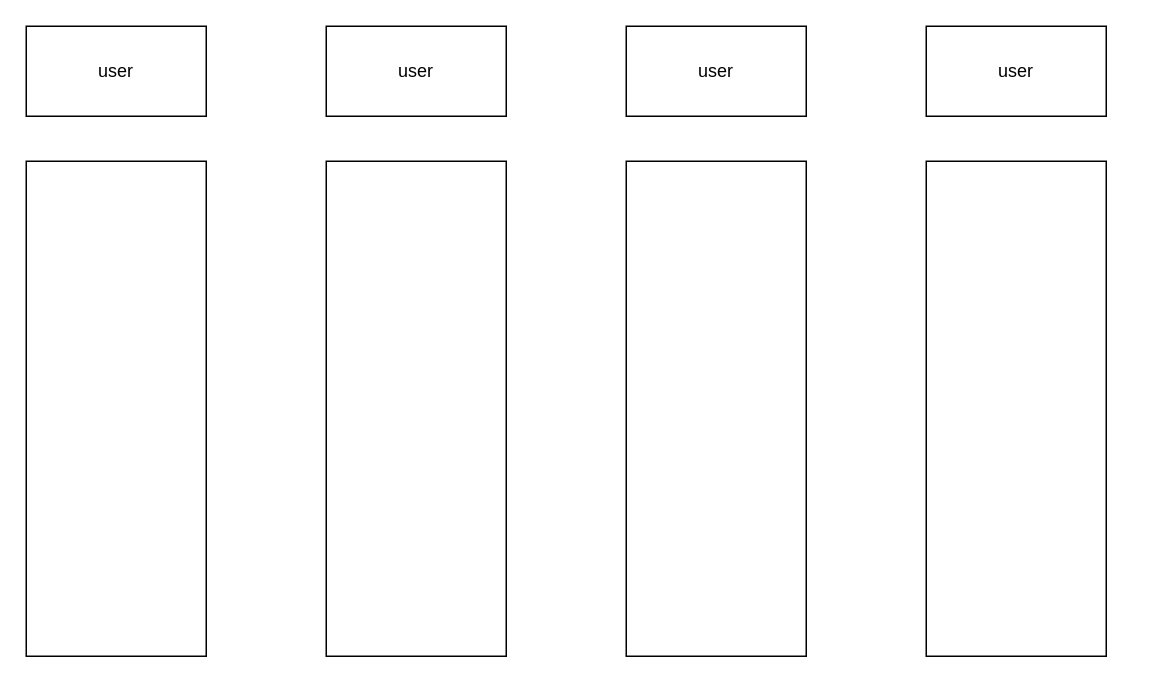
Earlier version of the draw.io diagram Diagramme sans nom.drawio (Nairolf7793/Nairolf7793). Source tidied: cells renumbered, new cells numbered last; positions are measured from the earlier drawing's top-left corner, leaving out a move shared by most shapes. Both pictures are drawn from the tidied source at 150%, with x=0, y=0 at pixel (26, 26).
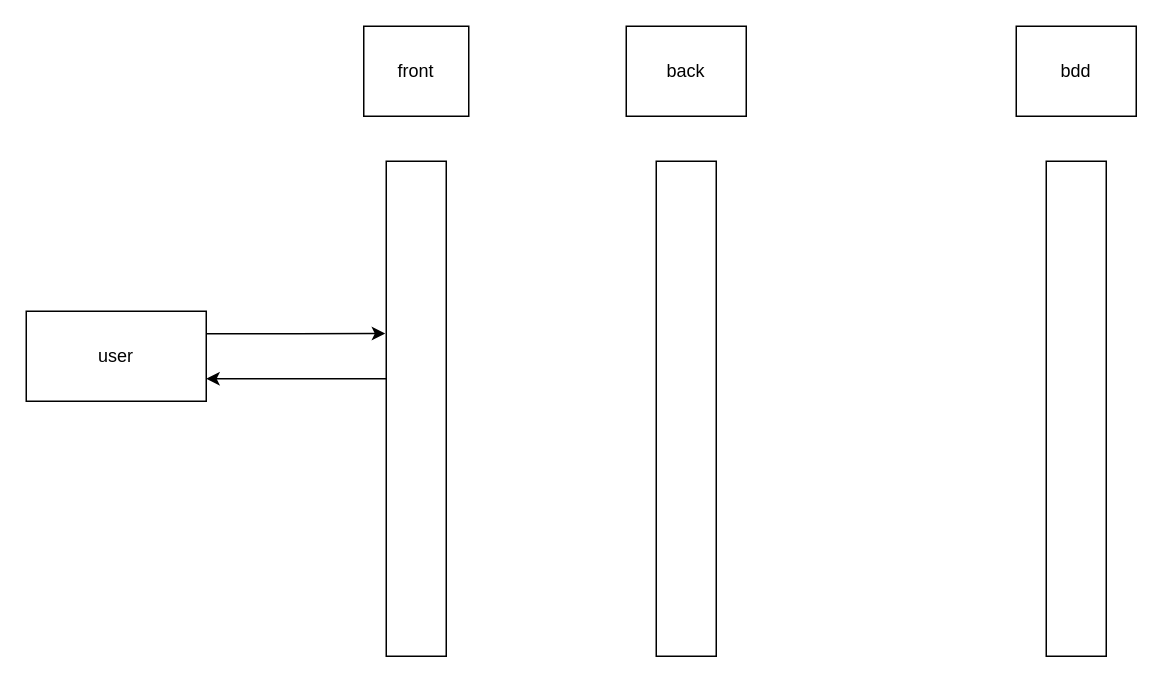
The same diagram, later.

Commit message (it also covers changes not shown here):
Mettre à jour Diagramme sans nom.drawio

The edit, as a diff of the source:
```diff
@@
 <mxGraphModel>
   <root>
     <mxCell id="0" />
     <mxCell id="1" parent="0" />
-    <mxCell id="2" style="rounded=0;whiteSpace=wrap;html=1;" parent="1" vertex="1">
-      <mxGeometry y="90" width="120" height="330" as="geometry" />
-    </mxCell>
     <mxCell id="3" value="user" style="rounded=0;whiteSpace=wrap;html=1;" parent="1" vertex="1">
-      <mxGeometry width="120" height="60" as="geometry" />
+      <mxGeometry y="190" width="120" height="60" as="geometry" />
     </mxCell>
+    <mxCell id="10" style="edgeStyle=orthogonalEdgeStyle;rounded=0;jettySize=auto;html=1;entryX=1;entryY=0.75;entryDx=0;entryDy=0;exitX=0.033;exitY=0.409;exitDx=0;exitDy=0;exitPerimeter=0;" parent="1" edge="1" source="4" target="3">
+      <mxGeometry relative="1" as="geometry">
+        <Array as="points">
+          <mxPoint x="241" y="235" />
+        </Array>
+      </mxGeometry>
+    </mxCell>
     <mxCell id="4" style="rounded=0;whiteSpace=wrap;html=1;" parent="1" vertex="1">
-      <mxGeometry x="200" y="90" width="120" height="330" as="geometry" />
+      <mxGeometry x="240" y="90" width="40" height="330" as="geometry" />
     </mxCell>
     <mxCell id="5" style="rounded=0;whiteSpace=wrap;html=1;" parent="1" vertex="1">
-      <mxGeometry x="400" y="90" width="120" height="330" as="geometry" />
+      <mxGeometry x="420" y="90" width="40" height="330" as="geometry" />
     </mxCell>
     <mxCell id="6" style="rounded=0;whiteSpace=wrap;html=1;" parent="1" vertex="1">
-      <mxGeometry x="600" y="90" width="120" height="330" as="geometry" />
+      <mxGeometry x="680" y="90" width="40" height="330" as="geometry" />
     </mxCell>
-    <mxCell id="7" value="user" style="rounded=0;whiteSpace=wrap;html=1;" parent="1" vertex="1">
-      <mxGeometry x="200" width="120" height="60" as="geometry" />
+    <mxCell id="7" value="front" style="rounded=0;whiteSpace=wrap;html=1;" parent="1" vertex="1">
+      <mxGeometry x="225" width="70" height="60" as="geometry" />
     </mxCell>
-    <mxCell id="8" value="user" style="rounded=0;whiteSpace=wrap;html=1;" parent="1" vertex="1">
-      <mxGeometry x="400" width="120" height="60" as="geometry" />
+    <mxCell id="8" value="back" style="rounded=0;whiteSpace=wrap;html=1;" parent="1" vertex="1">
+      <mxGeometry x="400" width="80" height="60" as="geometry" />
     </mxCell>
-    <mxCell id="9" value="user" style="rounded=0;whiteSpace=wrap;html=1;" parent="1" vertex="1">
-      <mxGeometry x="600" width="120" height="60" as="geometry" />
+    <mxCell id="9" value="bdd" style="rounded=0;whiteSpace=wrap;html=1;" parent="1" vertex="1">
+      <mxGeometry x="660" width="80" height="60" as="geometry" />
     </mxCell>
+    <mxCell id="11" style="edgeStyle=orthogonalEdgeStyle;rounded=0;jettySize=auto;html=1;exitX=1;exitY=0.25;exitDx=0;exitDy=0;entryX=-0.017;entryY=0.348;entryDx=0;entryDy=0;entryPerimeter=0;" parent="1" edge="1" source="3" target="4">
+      <mxGeometry relative="1" as="geometry" />
+    </mxCell>
   </root>
 </mxGraphModel>
```
